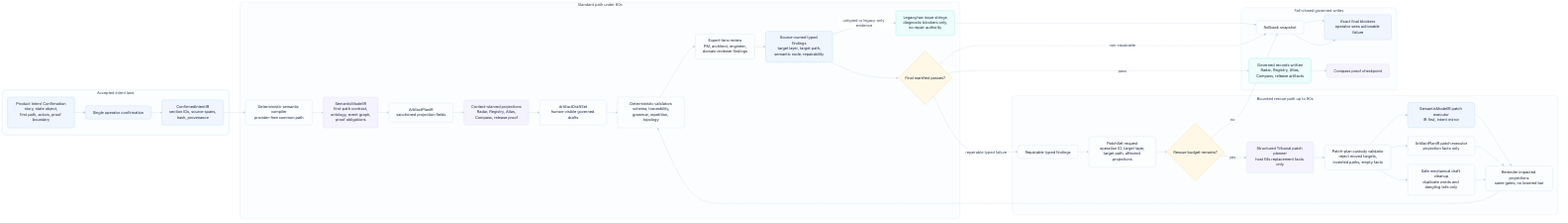
Earlier version of the Mermaid export odylith/atlas/source/domain-intelligence-greenfield-governance.png (odylith/odylith). Its source is kept beside it as odylith/atlas/source/domain-intelligence-greenfield-governance.mmd.
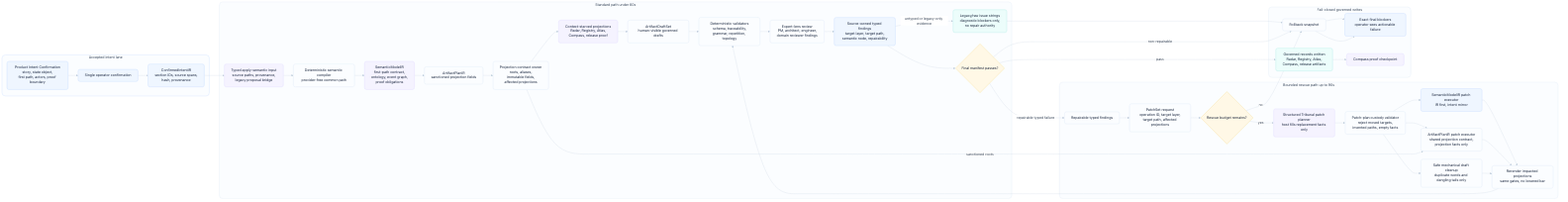
After the commit.

Diff of the diagram source:
```diff
@@ -8,9 +8,11 @@
 
     subgraph standard_lane["Standard path under 60s"]
       direction TB
+      apply_input["Typed apply-semantic input<br/>source paths, provenance,<br/>legacy proposal bridge"]
       compiler["Deterministic semantic compiler<br/>provider-free common path"]
       semantic_ir["SemanticModelIR<br/>first-path contract,<br/>ontology, event graph,<br/>proof obligations"]
       artifact_plan["ArtifactPlanIR<br/>sanctioned projection fields"]
+      projection_contract["Projection contract owner<br/>roots, aliases,<br/>immutable fields,<br/>affected projections"]
       projections["Context-starved projections<br/>Radar, Registry, Atlas,<br/>Compass, release proof"]
       draft_set["ArtifactDraftSet<br/>human-visible governed drafts"]
       validators["Deterministic validators<br/>schema, traceability,<br/>grammar, repetition, topology"]
@@ -28,7 +30,7 @@
       tribunal_planner["Structured Tribunal patch planner<br/>host fills replacement facts only"]
       custody_check["Patch-plan custody validator<br/>reject moved targets,<br/>invented paths, empty facts"]
       semantic_apply["SemanticModelIR patch executor<br/>IR first, intent mirror"]
-      plan_apply["ArtifactPlanIR patch executor<br/>projection facts only"]
+      plan_apply["ArtifactPlanIR patch executor<br/>shared projection contract,<br/>projection facts only"]
       copy_repair["Safe mechanical draft cleanup<br/>duplicate words and dangling tails only"]
       rerender["Rerender impacted projections<br/>same gates, no lowered bar"]
     end
@@ -42,7 +44,7 @@
     end
 
     visible_intent --> confirm --> confirmed_ir
-    confirmed_ir --> compiler --> semantic_ir --> artifact_plan --> projections --> draft_set
+    confirmed_ir --> apply_input --> compiler --> semantic_ir --> artifact_plan --> projection_contract --> projections --> draft_set
     draft_set --> validators --> expert_lenses --> typed_findings --> final_manifest
     typed_findings -- "untyped or legacy-only evidence" --> legacy_blockers --> rollback
     final_manifest -- "pass" --> writes --> proof_log
@@ -51,6 +53,7 @@
     custody_check --> semantic_apply
     custody_check --> plan_apply
     custody_check --> copy_repair
+    projection_contract -. "sanctioned roots" .-> plan_apply
     semantic_apply --> rerender
     plan_apply --> rerender
     copy_repair --> rerender
@@ -64,7 +67,7 @@
     classDef rescue fill:#FFF7ED,stroke:#FDBA74,color:#17233A,stroke-width:1.2px;
     classDef write fill:#F0FDF4,stroke:#86EFAC,color:#17233A,stroke-width:1.2px;
     class visible_intent,confirm,confirmed_ir intent;
-    class compiler,semantic_ir,artifact_plan,projections,draft_set,validators,expert_lenses,typed_findings,legacy_blockers,final_manifest standard;
+    class apply_input,compiler,semantic_ir,artifact_plan,projection_contract,projections,draft_set,validators,expert_lenses,typed_findings,legacy_blockers,final_manifest standard;
     class repairable,patchset,rescue_budget,tribunal_planner,custody_check,semantic_apply,plan_apply,copy_repair,rerender rescue;
     class writes,rollback,blockers,proof_log write;
 
```
